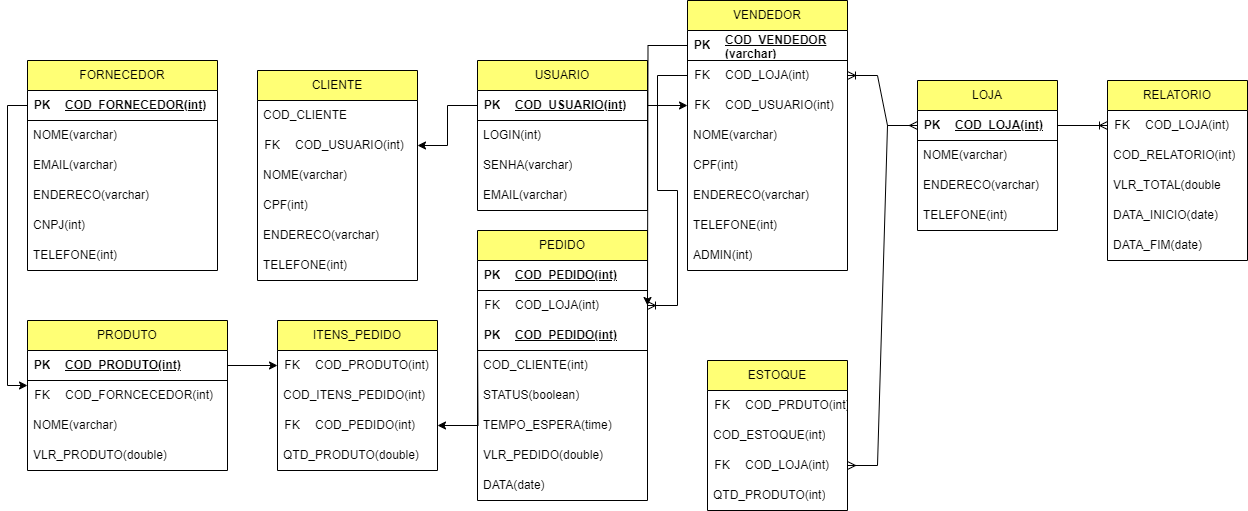
NicolasKevin2/BD keeps this draw.io diagram as ProjetoLógicoZéDelivery/zedelivery.drawio.png. Above is the earlier version. Source tidied: cells renumbered, new cells last; positions are measured from the earlier drawing's top-left corner, leaving out a move shared by most shapes.
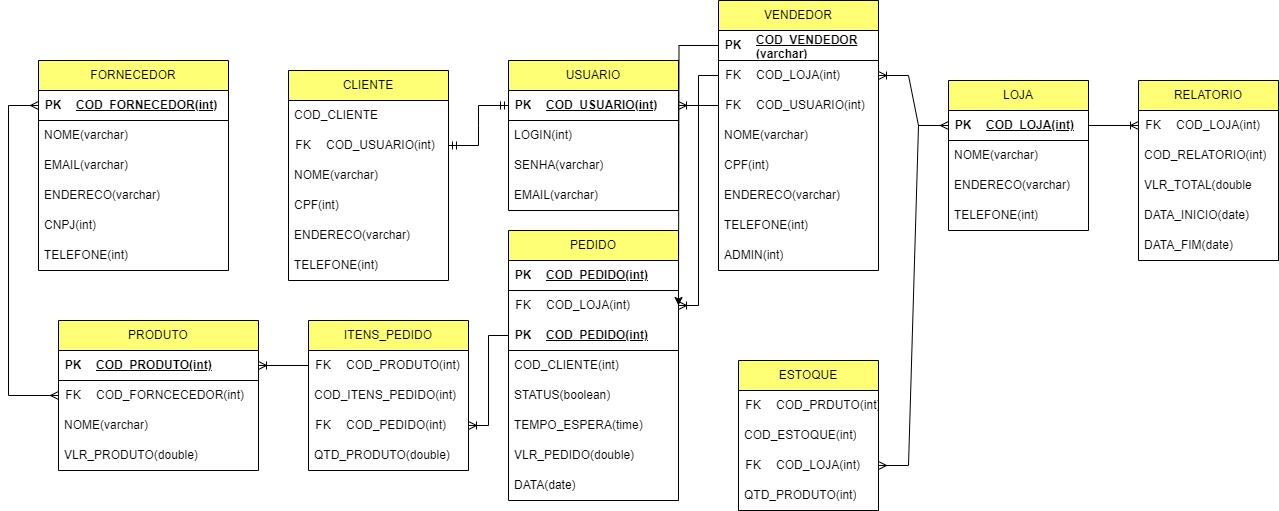
After the change.

Diff of the diagram source:
```diff
@@ -252,7 +252,7 @@
       <mxGeometry y="120" width="200" height="30" as="geometry" />
     </mxCell>
     <mxCell id="85" value="FORNECEDOR" style="swimlane;fontStyle=0;horizontal=1;startSize=30;whiteSpace=wrap;html=1;fillColor=#FFFF75;" parent="1" vertex="1">
-      <mxGeometry x="20" y="60" width="190" height="210" as="geometry" />
+      <mxGeometry y="60" width="190" height="210" as="geometry" />
     </mxCell>
     <mxCell id="86" style="shape=table;startSize=0;rowLines=0;fontStyle=0;align=center;strokeColor=none;fillColor=none;" parent="85" vertex="1">
       <mxGeometry y="30" width="190" height="30" as="geometry" />
@@ -346,28 +346,6 @@
         <mxPoint x="640" y="305" as="targetPoint" />
       </mxGeometry>
     </mxCell>
-    <mxCell id="116" style="edgeStyle=orthogonalEdgeStyle;rounded=0;jettySize=auto;html=1;" parent="1" edge="1" source="4" target="29">
-      <mxGeometry relative="1" as="geometry" />
-    </mxCell>
-    <mxCell id="117" style="edgeStyle=orthogonalEdgeStyle;rounded=0;jettySize=auto;html=1;" parent="1" edge="1" source="4" target="13">
-      <mxGeometry relative="1" as="geometry" />
-    </mxCell>
-    <mxCell id="118" style="edgeStyle=orthogonalEdgeStyle;rounded=0;jettySize=auto;html=1;" parent="1" edge="1" source="87" target="80">
-      <mxGeometry relative="1" as="geometry">
-        <Array as="points">
-          <mxPoint y="105" />
-          <mxPoint y="385" />
-        </Array>
-      </mxGeometry>
-    </mxCell>
-    <mxCell id="119" style="edgeStyle=orthogonalEdgeStyle;rounded=0;jettySize=auto;html=1;" parent="1" edge="1" source="76" target="65">
-      <mxGeometry relative="1" as="geometry" />
-    </mxCell>
-    <mxCell id="120" style="edgeStyle=orthogonalEdgeStyle;rounded=0;jettySize=auto;html=1;" parent="1" edge="1" target="70">
-      <mxGeometry relative="1" as="geometry">
-        <mxPoint x="470" y="335" as="sourcePoint" />
-      </mxGeometry>
-    </mxCell>
     <mxCell id="121" style="edgeStyle=entityRelationEdgeStyle;fontSize=12;html=1;endArrow=ERoneToMany;rounded=0;" parent="1" edge="1" source="39" target="25">
       <mxGeometry relative="1" as="geometry" />
     </mxCell>
@@ -377,14 +355,28 @@
     <mxCell id="123" style="edgeStyle=entityRelationEdgeStyle;fontSize=12;html=1;endArrow=ERoneToMany;rounded=0;" parent="1" edge="1" source="39" target="108">
       <mxGeometry relative="1" as="geometry" />
     </mxCell>
-    <mxCell id="124" style="edgeStyle=entityRelationEdgeStyle;fontSize=12;html=1;endArrow=ERoneToMany;rounded=0;" parent="1" edge="1" source="25" target="51">
-      <mxGeometry relative="1" as="geometry">
-        <Array as="points">
-          <mxPoint x="670" y="130" />
-          <mxPoint x="640" y="250" />
-          <mxPoint x="650" y="240" />
-        </Array>
-      </mxGeometry>
+    <mxCell id="124" style="edgeStyle=orthogonalEdgeStyle;fontSize=12;html=1;endArrow=ERoneToMany;rounded=0;" parent="1" edge="1" source="25" target="51">
+      <mxGeometry relative="1" as="geometry" />
     </mxCell>
+    <mxCell id="125" style="edgeStyle=entityRelationEdgeStyle;fontSize=12;html=1;endArrow=ERmandOne;startArrow=ERmandOne;rounded=0;" parent="1" edge="1" source="13" target="4">
+      <mxGeometry relative="1" as="geometry" />
+    </mxCell>
+    <mxCell id="126" style="edgeStyle=orthogonalEdgeStyle;fontSize=12;html=1;endArrow=ERmany;startArrow=ERmany;rounded=0;" parent="1" edge="1" source="80" target="87">
+      <mxGeometry relative="1" as="geometry">
+        <Array as="points">
+          <mxPoint x="-30" y="395" />
+          <mxPoint x="-30" y="105" />
+        </Array>
+      </mxGeometry>
+    </mxCell>
+    <mxCell id="127" style="edgeStyle=entityRelationEdgeStyle;fontSize=12;html=1;endArrow=ERoneToMany;rounded=0;" parent="1" edge="1" source="65" target="76">
+      <mxGeometry relative="1" as="geometry" />
+    </mxCell>
+    <mxCell id="128" style="edgeStyle=orthogonalEdgeStyle;fontSize=12;html=1;endArrow=ERoneToMany;rounded=0;" parent="1" edge="1" source="55" target="70">
+      <mxGeometry relative="1" as="geometry" />
+    </mxCell>
+    <mxCell id="129" style="edgeStyle=entityRelationEdgeStyle;fontSize=12;html=1;endArrow=ERoneToMany;rounded=0;" parent="1" edge="1" source="29" target="4">
+      <mxGeometry relative="1" as="geometry" />
+    </mxCell>
   </root>
 </mxGraphModel>
```
